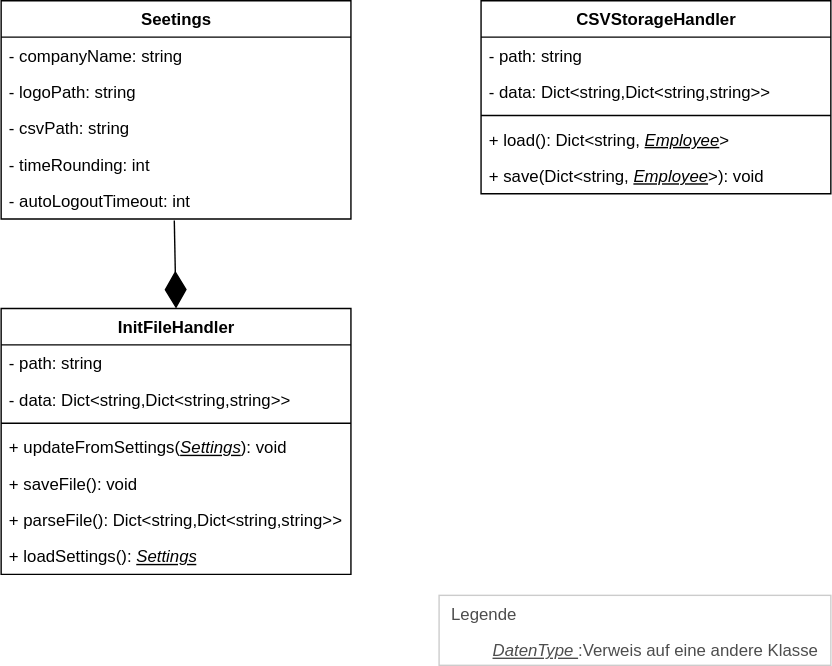
Earlier version of the draw.io export classdiagramm_dal.drawio.svg (leon2225/Mitarbeiterverwaltung). Source tidied: cells renumbered, new cells last; positions are measured from the earlier drawing's top-left corner, leaving out a move shared by most shapes. The source it was exported from:
```xml
<mxGraphModel>
  <root>
    <mxCell id="0" />
    <mxCell id="1" parent="0" />
    <mxCell id="2" value="InitFileHandler" style="swimlane;fontStyle=1;align=center;verticalAlign=top;horizontal=1;startSize=26;html=1;" parent="1" vertex="1">
      <mxGeometry y="220" width="250" height="190" as="geometry" />
    </mxCell>
    <mxCell id="3" value="- path: string" style="text;strokeColor=none;fillColor=none;align=left;verticalAlign=top;spacingLeft=4;spacingRight=4;overflow=hidden;" parent="2" vertex="1">
      <mxGeometry y="26" width="250" height="26" as="geometry" />
    </mxCell>
    <mxCell id="4" value="- data: Dict&lt;string,Dict&lt;string,string&gt;&gt;" style="text;strokeColor=none;fillColor=none;align=left;verticalAlign=top;spacingLeft=4;spacingRight=4;overflow=hidden;" parent="2" vertex="1">
      <mxGeometry y="52" width="250" height="26" as="geometry" />
    </mxCell>
    <mxCell id="5" style="line;strokeWidth=1;fillColor=none;align=left;verticalAlign=middle;spacingTop=-1;spacingLeft=3;spacingRight=3;labelPosition=right;" parent="2" vertex="1">
      <mxGeometry y="78" width="250" height="8" as="geometry" />
    </mxCell>
    <mxCell id="6" value="+ updateFromSettings(&lt;i&gt;&lt;u&gt;Settings&lt;/u&gt;&lt;/i&gt;): void" style="text;strokeColor=none;fillColor=none;align=left;verticalAlign=top;spacingLeft=4;spacingRight=4;overflow=hidden;html=1;" parent="2" vertex="1">
      <mxGeometry y="86" width="250" height="26" as="geometry" />
    </mxCell>
    <mxCell id="7" value="+ saveFile(): void" style="text;strokeColor=none;fillColor=none;align=left;verticalAlign=top;spacingLeft=4;spacingRight=4;overflow=hidden;" parent="2" vertex="1">
      <mxGeometry y="112" width="250" height="26" as="geometry" />
    </mxCell>
    <mxCell id="8" value="+ parseFile(): Dict&lt;string,Dict&lt;string,string&gt;&gt;" style="text;strokeColor=none;fillColor=none;align=left;verticalAlign=top;spacingLeft=4;spacingRight=4;overflow=hidden;" parent="2" vertex="1">
      <mxGeometry y="138" width="250" height="26" as="geometry" />
    </mxCell>
    <mxCell id="9" value="+ loadSettings(): &lt;i&gt;&lt;u&gt;Settings&lt;/u&gt;&lt;/i&gt;" style="text;strokeColor=none;fillColor=none;align=left;verticalAlign=top;spacingLeft=4;spacingRight=4;overflow=hidden;html=1;" parent="2" vertex="1">
      <mxGeometry y="164" width="250" height="26" as="geometry" />
    </mxCell>
    <mxCell id="10" value="CSVStorageHandler" style="swimlane;fontStyle=1;align=center;verticalAlign=top;horizontal=1;startSize=26;html=1;" parent="1" vertex="1">
      <mxGeometry x="343" width="250" height="138" as="geometry" />
    </mxCell>
    <mxCell id="11" value="- path: string" style="text;strokeColor=none;fillColor=none;align=left;verticalAlign=top;spacingLeft=4;spacingRight=4;overflow=hidden;" parent="10" vertex="1">
      <mxGeometry y="26" width="250" height="26" as="geometry" />
    </mxCell>
    <mxCell id="12" value="- data: Dict&lt;string,Dict&lt;string,string&gt;&gt;" style="text;strokeColor=none;fillColor=none;align=left;verticalAlign=top;spacingLeft=4;spacingRight=4;overflow=hidden;" parent="10" vertex="1">
      <mxGeometry y="52" width="250" height="26" as="geometry" />
    </mxCell>
    <mxCell id="13" style="line;strokeWidth=1;fillColor=none;align=left;verticalAlign=middle;spacingTop=-1;spacingLeft=3;spacingRight=3;labelPosition=right;" parent="10" vertex="1">
      <mxGeometry y="78" width="250" height="8" as="geometry" />
    </mxCell>
    <mxCell id="14" value="+ load(): Dict&amp;lt;string, &lt;i&gt;&lt;u&gt;Employee&lt;/u&gt;&lt;/i&gt;&amp;gt;" style="text;strokeColor=none;fillColor=none;align=left;verticalAlign=top;spacingLeft=4;spacingRight=4;overflow=hidden;html=1;" parent="10" vertex="1">
      <mxGeometry y="86" width="250" height="26" as="geometry" />
    </mxCell>
    <mxCell id="15" value="+ save(Dict&amp;lt;string,&amp;nbsp;&lt;i&gt;&lt;u&gt;Employee&lt;/u&gt;&lt;/i&gt;&amp;gt;): void" style="text;strokeColor=none;fillColor=none;align=left;verticalAlign=top;spacingLeft=4;spacingRight=4;overflow=hidden;html=1;" parent="10" vertex="1">
      <mxGeometry y="112" width="250" height="26" as="geometry" />
    </mxCell>
    <mxCell id="16" value="Seetings" style="swimlane;fontStyle=1;align=center;verticalAlign=top;horizontal=1;startSize=26;html=1;" parent="1" vertex="1">
      <mxGeometry width="250" height="156" as="geometry" />
    </mxCell>
    <mxCell id="17" value="- companyName: string" style="text;strokeColor=none;fillColor=none;align=left;verticalAlign=top;spacingLeft=4;spacingRight=4;overflow=hidden;" parent="16" vertex="1">
      <mxGeometry y="26" width="250" height="26" as="geometry" />
    </mxCell>
    <mxCell id="18" value="- logoPath: string" style="text;strokeColor=none;fillColor=none;align=left;verticalAlign=top;spacingLeft=4;spacingRight=4;overflow=hidden;" parent="16" vertex="1">
      <mxGeometry y="52" width="250" height="26" as="geometry" />
    </mxCell>
    <mxCell id="19" value="- csvPath: string" style="text;strokeColor=none;fillColor=none;align=left;verticalAlign=top;spacingLeft=4;spacingRight=4;overflow=hidden;" parent="16" vertex="1">
      <mxGeometry y="78" width="250" height="26" as="geometry" />
    </mxCell>
    <mxCell id="20" value="- timeRounding: int" style="text;strokeColor=none;fillColor=none;align=left;verticalAlign=top;spacingLeft=4;spacingRight=4;overflow=hidden;" parent="16" vertex="1">
      <mxGeometry y="104" width="250" height="26" as="geometry" />
    </mxCell>
    <mxCell id="21" value="- autoLogoutTimeout: int" style="text;strokeColor=none;fillColor=none;align=left;verticalAlign=top;spacingLeft=4;spacingRight=4;overflow=hidden;points=[[0,0.5],[1,0.5]];portConstraint=eastwest;" parent="16" vertex="1">
      <mxGeometry y="130" width="250" height="26" as="geometry" />
    </mxCell>
    <mxCell id="22" style="endArrow=diamondThin;endFill=1;endSize=24;html=1;fontColor=#4D4D4D;exitX=0.495;exitY=1.041;exitDx=0;exitDy=0;exitPerimeter=0;entryX=0.5;entryY=0;entryDx=0;entryDy=0;" parent="1" edge="1" source="21" target="2">
      <mxGeometry relative="1" as="geometry" />
    </mxCell>
    <mxCell id="23" style="group;" parent="1" vertex="1">
      <mxGeometry x="313" y="425" width="280" height="50" as="geometry" />
    </mxCell>
    <mxCell id="24" value="Legende" style="html=1;fontColor=#4D4D4D;align=left;verticalAlign=top;opacity=20;spacingLeft=7;" parent="23" vertex="1">
      <mxGeometry width="280" height="50" as="geometry" />
    </mxCell>
    <mxCell id="25" value="&lt;u style=&quot;font-style: italic&quot;&gt;DatenType&amp;nbsp;&lt;/u&gt;:Verweis auf eine andere Klasse" style="text;html=1;strokeColor=none;fillColor=none;align=center;verticalAlign=middle;whiteSpace=wrap;rounded=0;fontColor=#4D4D4D;" parent="23" vertex="1">
      <mxGeometry x="30" y="30" width="250" height="20" as="geometry" />
    </mxCell>
  </root>
</mxGraphModel>
```
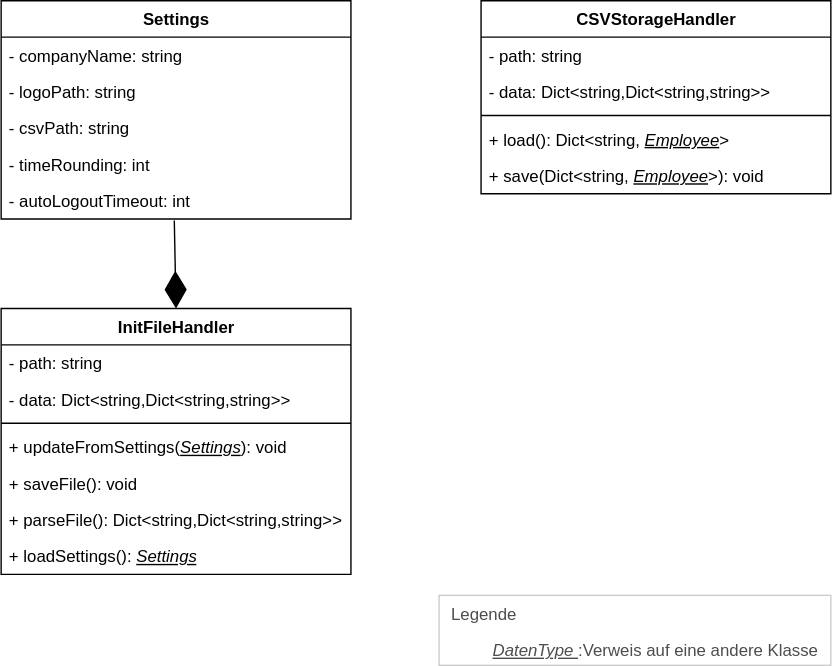
After the change.

The edit, as a diff of the source:
```diff
@@ -44,7 +44,7 @@
     <mxCell id="15" value="+ save(Dict&amp;lt;string,&amp;nbsp;&lt;i&gt;&lt;u&gt;Employee&lt;/u&gt;&lt;/i&gt;&amp;gt;): void" style="text;strokeColor=none;fillColor=none;align=left;verticalAlign=top;spacingLeft=4;spacingRight=4;overflow=hidden;html=1;" parent="10" vertex="1">
       <mxGeometry y="112" width="250" height="26" as="geometry" />
     </mxCell>
-    <mxCell id="16" value="Seetings" style="swimlane;fontStyle=1;align=center;verticalAlign=top;horizontal=1;startSize=26;html=1;" parent="1" vertex="1">
+    <mxCell id="16" value="Settings" style="swimlane;fontStyle=1;align=center;verticalAlign=top;horizontal=1;startSize=26;html=1;" parent="1" vertex="1">
       <mxGeometry width="250" height="156" as="geometry" />
     </mxCell>
     <mxCell id="17" value="- companyName: string" style="text;strokeColor=none;fillColor=none;align=left;verticalAlign=top;spacingLeft=4;spacingRight=4;overflow=hidden;" parent="16" vertex="1">
```
